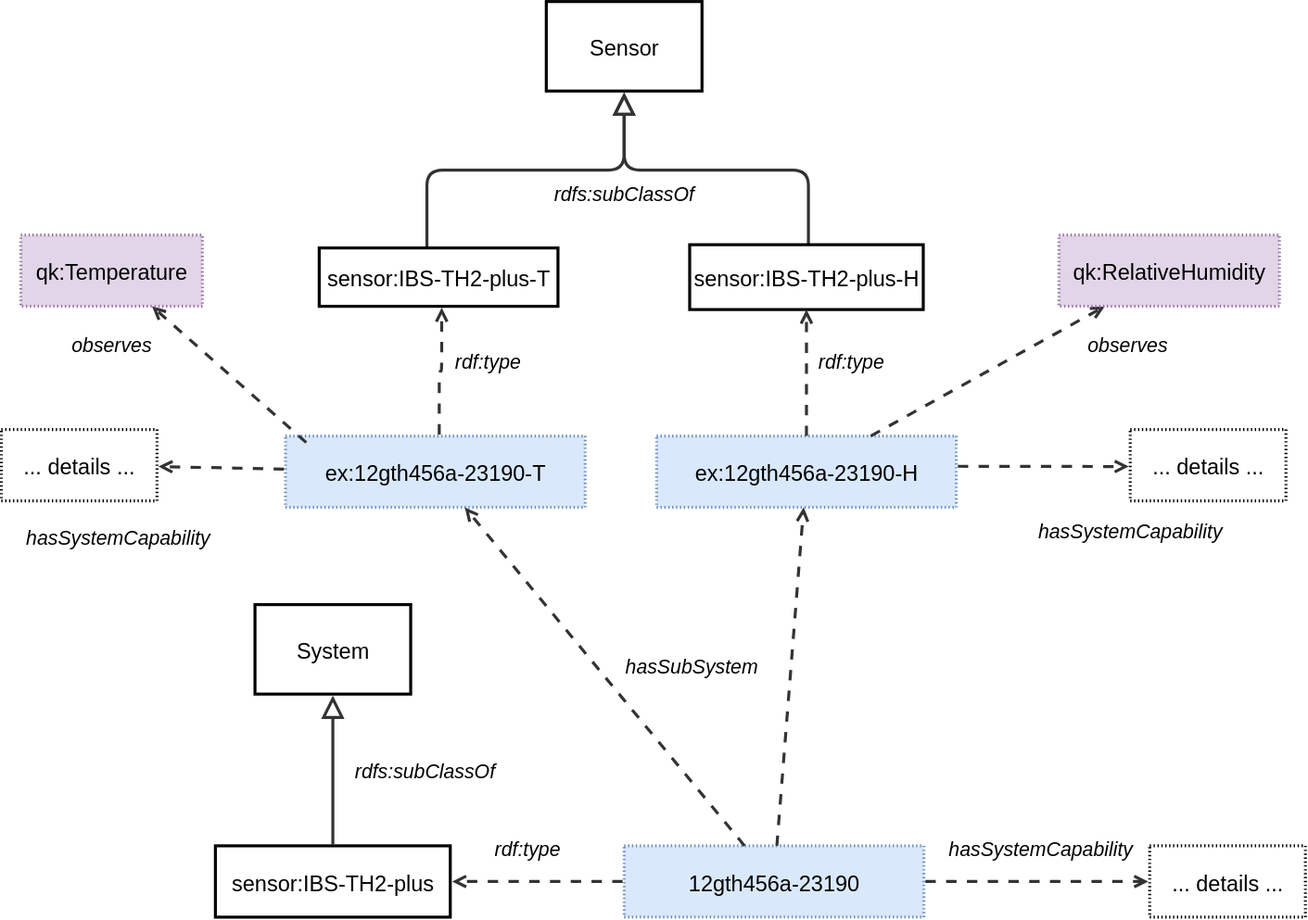
This is ssn/images/Inkbird-system.svg from w3c/sdw-sosa-ssn, a draw.io export, as it was before one commit. Source tidied: cells renumbered, new cells last; positions are measured from the earlier drawing's top-left corner, leaving out a move shared by most shapes.
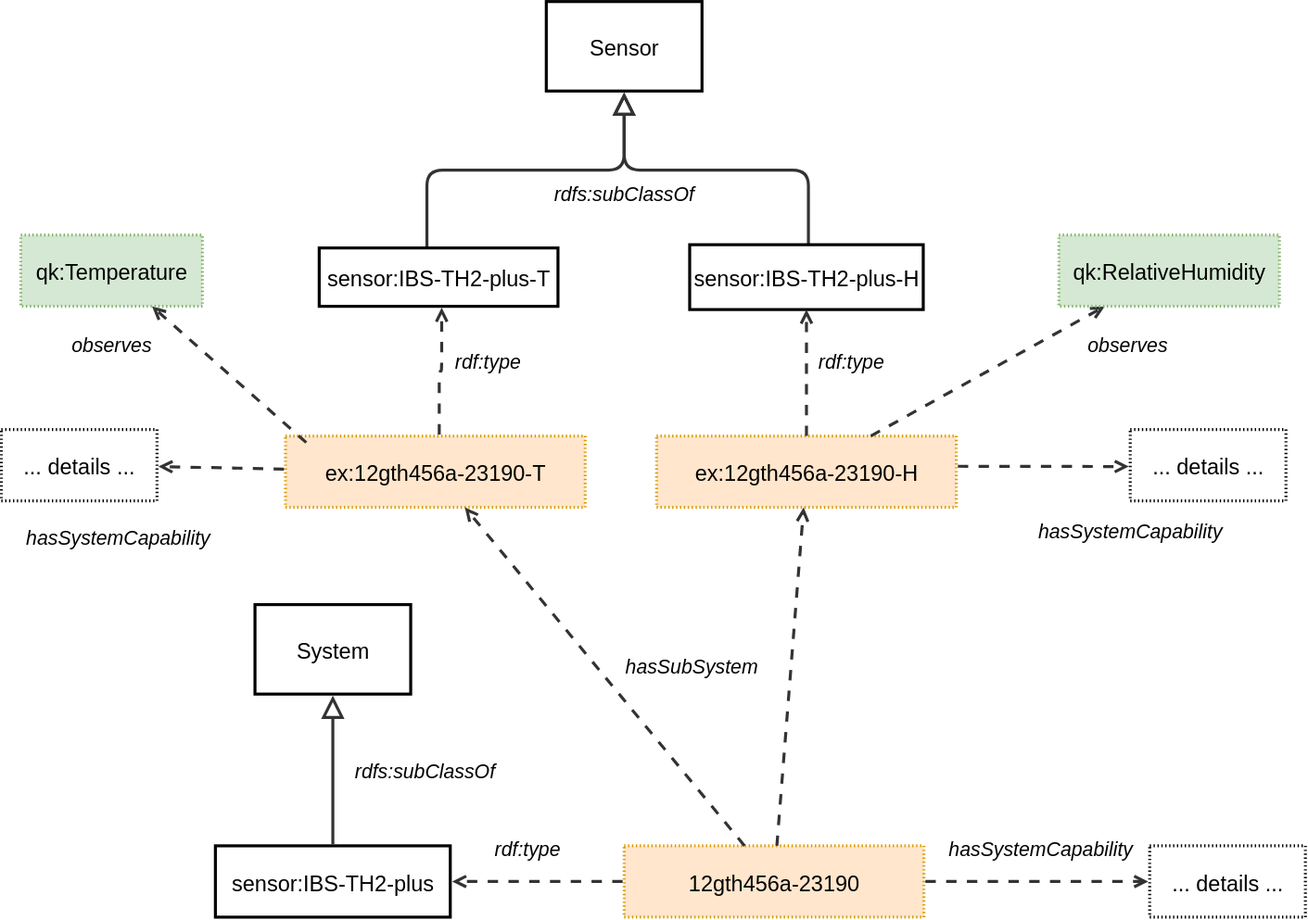
Above is the later version.

The edit, as a diff of the source:
```diff
@@ -19,7 +19,7 @@
     <mxCell id="5" value="rdfs:subClassOf" style="html=1;overflow=block;blockSpacing=1;whiteSpace=wrap;fontSize=15.2;fontStyle=2;align=center;spacing=0;strokeColor=none;strokeOpacity=100;fillOpacity=100;fillColor=none;strokeWidth=2.3;lucidId=9pMQ9QXwF3GP;fontColor=default;convertToSvg=1;" parent="1" vertex="1">
       <mxGeometry x="390" y="125" width="180" height="45" as="geometry" />
     </mxCell>
-    <mxCell id="6" value="ex:12gth456a-23190-T" style="html=1;overflow=block;blockSpacing=1;whiteSpace=wrap;fontSize=16.8;align=center;spacing=0;strokeOpacity=100;fillColor=#dae8fc;dashed=1;fixDash=1;dashPattern=1 2;strokeWidth=2.3;strokeColor=#6c8ebf;convertToSvg=1;" parent="1" vertex="1">
+    <mxCell id="6" value="ex:12gth456a-23190-T" style="html=1;overflow=block;blockSpacing=1;whiteSpace=wrap;fontSize=16.8;align=center;spacing=0;strokeOpacity=100;fillColor=#ffe6cc;dashed=1;fixDash=1;dashPattern=1 2;strokeWidth=2.3;strokeColor=#d79b00;convertToSvg=1;" parent="1" vertex="1">
       <mxGeometry x="219" y="335" width="231" height="55" as="geometry" />
     </mxCell>
     <mxCell id="7" style="html=1;jettySize=18;whiteSpace=wrap;fontSize=13;strokeColor=#333333;strokeOpacity=100;dashed=1;fixDash=1;dashPattern=8 8;strokeWidth=2.3;rounded=1;arcSize=24;edgeStyle=orthogonalEdgeStyle;startArrow=none;endArrow=open;exitX=0.513;exitY=-0.021;exitPerimeter=0;entryX=0.513;entryY=1.021;entryPerimeter=0;lucidId=9pMQWk-o9G5Y;fontColor=default;convertToSvg=1;" parent="1" edge="1" source="6" target="4">
@@ -45,7 +45,7 @@
     <mxCell id="13" value="... details ..." style="html=1;overflow=block;blockSpacing=1;whiteSpace=wrap;fontSize=16.8;fontColor=default;align=center;spacing=0;strokeOpacity=100;fillColor=none;dashed=1;fixDash=1;dashPattern=1 2;strokeWidth=2.3;convertToSvg=1;" parent="1" vertex="1">
       <mxGeometry y="330" width="120" height="55" as="geometry" />
     </mxCell>
-    <mxCell id="14" value="qk:Temperature" style="html=1;overflow=block;blockSpacing=1;whiteSpace=wrap;fontSize=16.8;align=center;spacing=0;strokeOpacity=100;fillColor=#e1d5e7;dashed=1;fixDash=1;dashPattern=1 2;strokeWidth=2.3;strokeColor=#9673a6;fontColor=default;convertToSvg=1;" parent="1" vertex="1">
+    <mxCell id="14" value="qk:Temperature" style="html=1;overflow=block;blockSpacing=1;whiteSpace=wrap;fontSize=16.8;align=center;spacing=0;strokeOpacity=100;fillColor=#d5e8d4;dashed=1;fixDash=1;dashPattern=1 2;strokeWidth=2.3;strokeColor=#82b366;convertToSvg=1;" parent="1" vertex="1">
       <mxGeometry x="15" y="180" width="140" height="55" as="geometry" />
     </mxCell>
     <mxCell id="15" style="html=1;jettySize=18;whiteSpace=wrap;fontSize=13;strokeColor=#333333;strokeOpacity=100;strokeWidth=2.3;rounded=1;arcSize=24;edgeStyle=orthogonalEdgeStyle;startArrow=none;endArrow=block;endFill=0;endSize=12;entryX=0.5;entryY=1.016;entryPerimeter=0;lucidId=brMQ_B4XEI9P;fontColor=default;convertToSvg=1;" parent="1" edge="1" source="16" target="2">
@@ -59,7 +59,7 @@
     <mxCell id="16" value="sensor:IBS-TH2-plus-H" style="html=1;overflow=block;blockSpacing=1;whiteSpace=wrap;fontSize=16.8;fontColor=default;align=center;spacing=0;strokeOpacity=100;fillColor=none;strokeWidth=2.3;convertToSvg=1;" parent="1" vertex="1">
       <mxGeometry x="530.5" y="187.5" width="180" height="50" as="geometry" />
     </mxCell>
-    <mxCell id="17" value="ex:12gth456a-23190-H" style="html=1;overflow=block;blockSpacing=1;whiteSpace=wrap;fontSize=16.8;align=center;spacing=0;strokeOpacity=100;fillColor=#dae8fc;dashed=1;fixDash=1;dashPattern=1 2;strokeWidth=2.3;strokeColor=#6c8ebf;convertToSvg=1;" parent="1" vertex="1">
+    <mxCell id="17" value="ex:12gth456a-23190-H" style="html=1;overflow=block;blockSpacing=1;whiteSpace=wrap;fontSize=16.8;align=center;spacing=0;strokeOpacity=100;fillColor=#ffe6cc;dashed=1;fixDash=1;dashPattern=1 2;strokeWidth=2.3;strokeColor=#d79b00;convertToSvg=1;" parent="1" vertex="1">
       <mxGeometry x="505" y="335" width="231" height="55" as="geometry" />
     </mxCell>
     <mxCell id="18" style="html=1;jettySize=18;whiteSpace=wrap;fontSize=13;strokeColor=#333333;strokeOpacity=100;dashed=1;fixDash=1;dashPattern=8 8;strokeWidth=2.3;rounded=1;arcSize=24;edgeStyle=orthogonalEdgeStyle;startArrow=none;endArrow=open;lucidId=brMQfSWmXrTp;curved=0;fontColor=default;convertToSvg=1;" parent="1" edge="1" source="17" target="16">
@@ -86,7 +86,7 @@
     <mxCell id="25" value="rdfs:subClassOf" style="html=1;overflow=block;blockSpacing=1;whiteSpace=wrap;fontSize=15.2;fontStyle=2;align=center;spacing=0;strokeColor=none;strokeOpacity=100;fillOpacity=100;fillColor=none;strokeWidth=2.3;lucidId=_sMQOavfzp-D;fontColor=default;convertToSvg=1;" parent="1" vertex="1">
       <mxGeometry x="236.5" y="570" width="180" height="45" as="geometry" />
     </mxCell>
-    <mxCell id="26" value="12gth456a-23190" style="html=1;overflow=block;blockSpacing=1;whiteSpace=wrap;fontSize=16.8;align=center;spacing=0;strokeOpacity=100;fillColor=#dae8fc;dashed=1;fixDash=1;dashPattern=1 2;strokeWidth=2.3;strokeColor=#6c8ebf;convertToSvg=1;" parent="1" vertex="1">
+    <mxCell id="26" value="12gth456a-23190" style="html=1;overflow=block;blockSpacing=1;whiteSpace=wrap;fontSize=16.8;align=center;spacing=0;strokeOpacity=100;fillColor=#ffe6cc;dashed=1;fixDash=1;dashPattern=1 2;strokeWidth=2.3;strokeColor=#d79b00;convertToSvg=1;" parent="1" vertex="1">
       <mxGeometry x="480" y="651" width="231" height="55" as="geometry" />
     </mxCell>
     <mxCell id="27" style="html=1;jettySize=18;whiteSpace=wrap;fontSize=13;strokeColor=#333333;strokeOpacity=100;dashed=1;fixDash=1;dashPattern=8 8;strokeWidth=2.3;rounded=0;startArrow=none;endArrow=open;lucidId=xuMQGfIZYOIL;fontColor=default;convertToSvg=1;" parent="1" edge="1" source="26" target="6">
@@ -113,7 +113,7 @@
     <mxCell id="34" value="... details ..." style="html=1;overflow=block;blockSpacing=1;whiteSpace=wrap;fontSize=16.8;fontColor=default;align=center;spacing=0;strokeOpacity=100;fillColor=none;dashed=1;fixDash=1;dashPattern=1 2;strokeWidth=2.3;convertToSvg=1;" parent="1" vertex="1">
       <mxGeometry x="870" y="330" width="120" height="55" as="geometry" />
     </mxCell>
-    <mxCell id="35" value="qk:RelativeHumidity" style="html=1;overflow=block;blockSpacing=1;whiteSpace=wrap;fontSize=16.8;align=center;spacing=0;strokeOpacity=100;fillColor=#e1d5e7;dashed=1;fixDash=1;dashPattern=1 2;strokeWidth=2.3;strokeColor=#9673a6;fontColor=default;convertToSvg=1;" parent="1" vertex="1">
+    <mxCell id="35" value="qk:RelativeHumidity" style="html=1;overflow=block;blockSpacing=1;whiteSpace=wrap;fontSize=16.8;align=center;spacing=0;strokeOpacity=100;fillColor=#d5e8d4;dashed=1;fixDash=1;dashPattern=1 2;strokeWidth=2.3;strokeColor=#82b366;convertToSvg=1;" parent="1" vertex="1">
       <mxGeometry x="815" y="180" width="170" height="55" as="geometry" />
     </mxCell>
     <mxCell id="36" style="html=1;jettySize=18;whiteSpace=wrap;fontSize=13;strokeColor=#333333;strokeOpacity=100;dashed=1;fixDash=1;dashPattern=8 8;strokeWidth=2.3;rounded=0;startArrow=none;endArrow=open;exitX=1.005;exitY=0.5;exitPerimeter=0;entryX=-0.009;entryY=0.5;entryPerimeter=0;lucidId=qvMQLPsbEqT8;fontColor=default;convertToSvg=1;" parent="1" edge="1" source="26" target="38">
```
